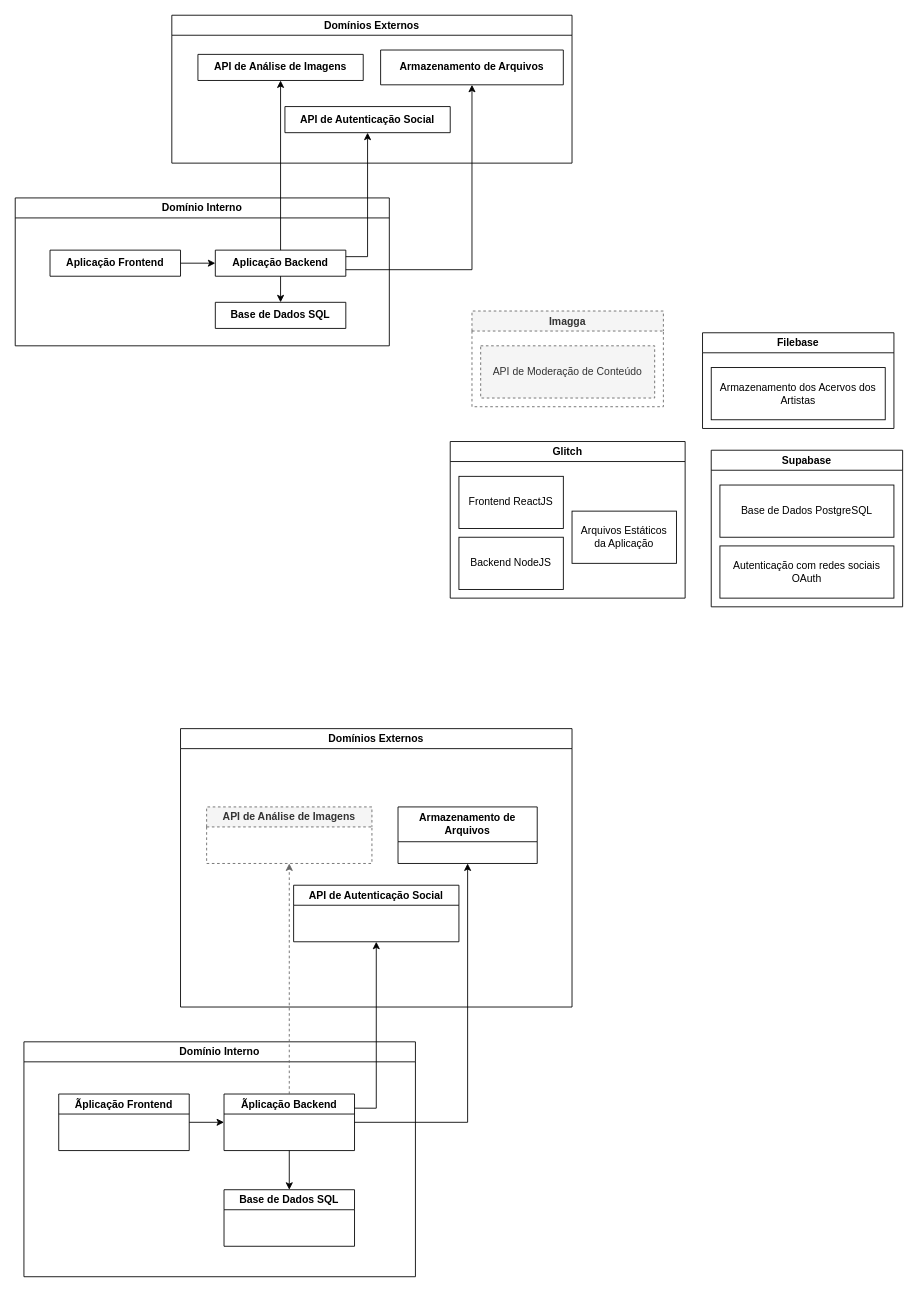
This is page "Dependências de Infraestrutura" (5 of 8) of UnderExpo.drawio from GustavoDeOliveira/underexpo, a draw.io file, before an edit. Source tidied: cells renumbered, new cells numbered last; positions are measured from the earlier drawing's top-left corner, leaving out a move shared by most shapes. Both pictures are drawn from the tidied source at 87%, with x=0, y=0 at pixel (15, 15).
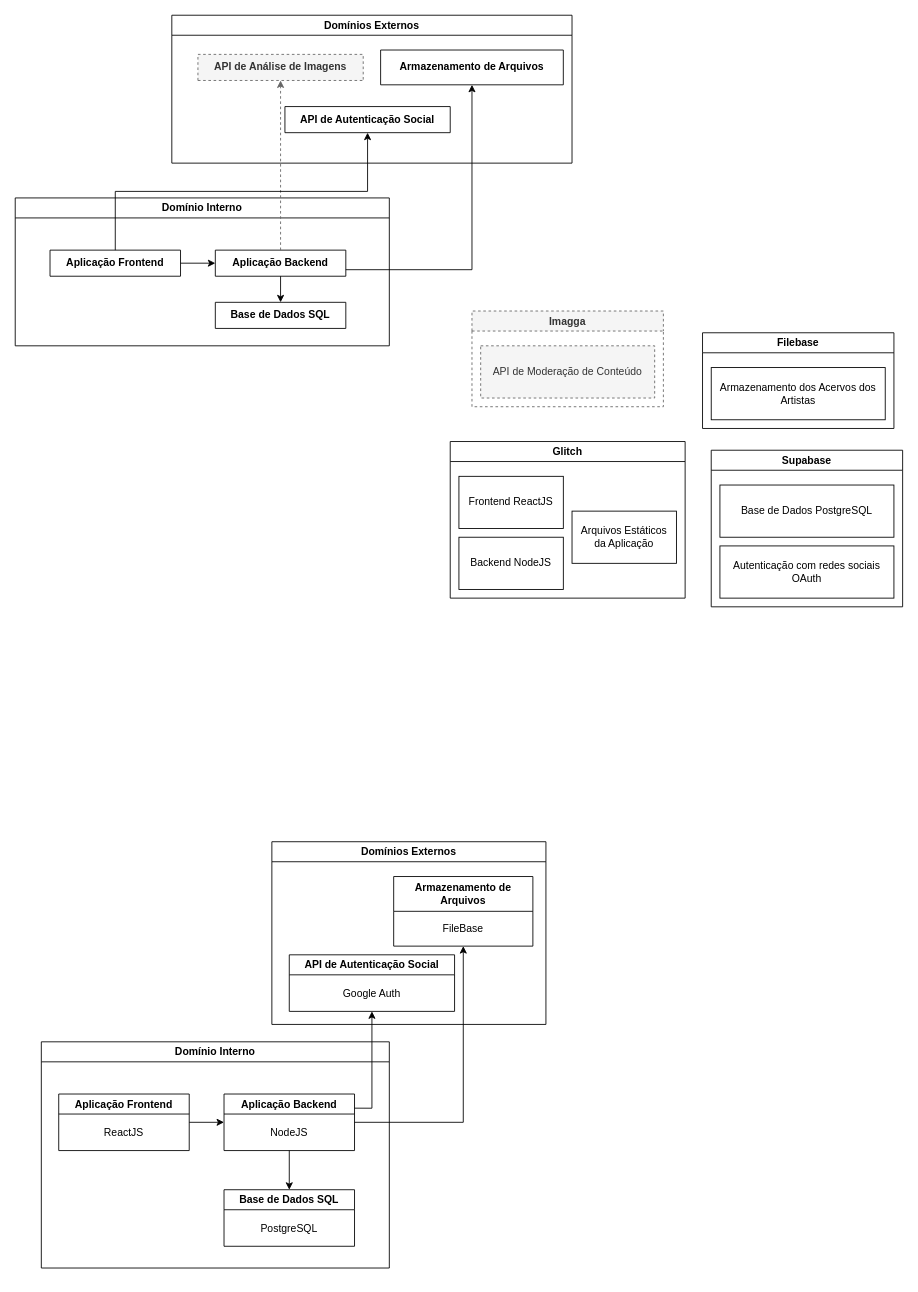
The same page after the edit.

Commit message:
Ajustando diagrama de infraestrutura UnderExpo.drawio

Unchanged cells that the change refers to:
```xml
<mxCell id="3" value="Aplicação Backend" style="swimlane;whiteSpace=wrap;html=1;startSize=30;" parent="2" vertex="1" collapsed="1">
  <mxGeometry x="230" y="60" width="150" height="30" as="geometry" />
</mxCell>
<mxCell id="6" value="Aplicação Frontend" style="swimlane;whiteSpace=wrap;html=1;startSize=30;" parent="2" vertex="1" collapsed="1">
  <mxGeometry x="40" y="60" width="150" height="30" as="geometry" />
</mxCell>
<mxCell id="10" value="Domínios Externos" style="swimlane;whiteSpace=wrap;html=1;" parent="1" vertex="1">
  <mxGeometry x="180" width="460" height="170" as="geometry" />
</mxCell>
<mxCell id="13" value="API de Autenticação Social" style="swimlane;whiteSpace=wrap;html=1;startSize=30;" parent="10" vertex="1" collapsed="1">
  <mxGeometry x="130" y="105" width="190" height="30" as="geometry" />
</mxCell>
```

What changed in the source:
```diff
@@
-    <mxCell id="9" style="edgeStyle=orthogonalEdgeStyle;rounded=0;jettySize=auto;html=1;" parent="1" edge="1" source="3" target="12">
+    <mxCell id="9" style="edgeStyle=orthogonalEdgeStyle;rounded=0;jettySize=auto;html=1;dashed=1;fillColor=#f5f5f5;strokeColor=#666666;" parent="1" edge="1" source="3" target="12">
       <mxGeometry relative="1" as="geometry" />
     </mxCell>
@@
-    <mxCell id="12" value="API de Análise de Imagens" style="swimlane;whiteSpace=wrap;html=1;startSize=30;" parent="10" vertex="1" collapsed="1">
+    <mxCell id="12" value="API de Análise de Imagens" style="swimlane;whiteSpace=wrap;html=1;startSize=30;shadow=0;glass=0;fillStyle=auto;fillColor=#f5f5f5;fontColor=#333333;strokeColor=#666666;dashed=1;" parent="10" vertex="1" collapsed="1">
       <mxGeometry x="30" y="45" width="190" height="30" as="geometry" />
     </mxCell>
@@
-    <mxCell id="14" style="edgeStyle=orthogonalEdgeStyle;rounded=0;jettySize=auto;html=1;exitX=1;exitY=0.25;exitDx=0;exitDy=0;entryX=0.5;entryY=1;entryDx=0;entryDy=0;" parent="1" edge="1" source="3" target="13">
+    <mxCell id="14" style="edgeStyle=orthogonalEdgeStyle;rounded=0;jettySize=auto;html=1;exitX=0.5;exitY=0;exitDx=0;exitDy=0;entryX=0.5;entryY=1;entryDx=0;entryDy=0;" parent="1" edge="1" source="6" target="13">
       <mxGeometry relative="1" as="geometry" />
     </mxCell>
@@
     <mxCell id="26" value="Domínio Interno" style="swimlane;whiteSpace=wrap;html=1;" parent="1" vertex="1">
-      <mxGeometry x="10" y="1180" width="450" height="270" as="geometry" />
+      <mxGeometry x="30" y="1180" width="400" height="260" as="geometry" />
     </mxCell>
-    <mxCell id="27" value="Ãplicação Backend" style="swimlane;whiteSpace=wrap;html=1;" parent="26" vertex="1">
-      <mxGeometry x="230" y="60" width="150" height="65" as="geometry" />
+    <mxCell id="27" value="Aplicação Backend" style="swimlane;whiteSpace=wrap;html=1;" parent="26" vertex="1">
+      <mxGeometry x="210" y="60" width="150" height="65" as="geometry" />
     </mxCell>
+    <mxCell id="39" value="NodeJS" style="text;html=1;whiteSpace=wrap;strokeColor=none;fillColor=none;align=center;verticalAlign=middle;rounded=0;" parent="27" vertex="1">
+      <mxGeometry y="30" width="150" height="30" as="geometry" />
+    </mxCell>
     <mxCell id="28" value="Base de Dados SQL" style="swimlane;whiteSpace=wrap;html=1;" parent="26" vertex="1">
-      <mxGeometry x="230" y="170" width="150" height="65" as="geometry" />
+      <mxGeometry x="210" y="170" width="150" height="65" as="geometry" />
     </mxCell>
+    <mxCell id="40" value="PostgreSQL" style="text;html=1;whiteSpace=wrap;strokeColor=none;fillColor=none;align=center;verticalAlign=middle;rounded=0;" parent="28" vertex="1">
+      <mxGeometry y="30" width="150" height="30" as="geometry" />
+    </mxCell>
@@
-    <mxCell id="30" value="Ãplicação Frontend" style="swimlane;whiteSpace=wrap;html=1;" parent="26" vertex="1">
-      <mxGeometry x="40" y="60" width="150" height="65" as="geometry" />
+    <mxCell id="30" value="Aplicação Frontend" style="swimlane;whiteSpace=wrap;html=1;" parent="26" vertex="1">
+      <mxGeometry x="20" y="60" width="150" height="65" as="geometry" />
     </mxCell>
+    <mxCell id="41" value="ReactJS" style="text;html=1;whiteSpace=wrap;strokeColor=none;fillColor=none;align=center;verticalAlign=middle;rounded=0;" parent="30" vertex="1">
+      <mxGeometry y="30" width="150" height="30" as="geometry" />
+    </mxCell>
@@
-    <mxCell id="33" style="edgeStyle=orthogonalEdgeStyle;rounded=0;jettySize=auto;html=1;dashed=1;fillColor=#f5f5f5;strokeColor=#666666;" parent="1" edge="1" source="27" target="36">
-      <mxGeometry relative="1" as="geometry" />
-    </mxCell>
     <mxCell id="34" value="Domínios Externos" style="swimlane;whiteSpace=wrap;html=1;" parent="1" vertex="1">
-      <mxGeometry x="190" y="820" width="450" height="320" as="geometry" />
+      <mxGeometry x="295" y="950" width="315" height="210" as="geometry" />
     </mxCell>
     <mxCell id="35" value="Armazenamento de Arquivos" style="swimlane;whiteSpace=wrap;html=1;startSize=40;" parent="34" vertex="1">
-      <mxGeometry x="250" y="90" width="160" height="65" as="geometry" />
+      <mxGeometry x="140" y="40" width="160" height="80" as="geometry" />
     </mxCell>
-    <mxCell id="36" value="API de Análise de Imagens" style="swimlane;whiteSpace=wrap;html=1;fillColor=#f5f5f5;fontColor=#333333;strokeColor=#666666;dashed=1;" parent="34" vertex="1">
-      <mxGeometry x="30" y="90" width="190" height="65" as="geometry" />
-    </mxCell>
+    <mxCell id="42" value="FileBase" style="text;html=1;whiteSpace=wrap;strokeColor=none;fillColor=none;align=center;verticalAlign=middle;rounded=0;" parent="35" vertex="1">
+      <mxGeometry y="40" width="160" height="40" as="geometry" />
+    </mxCell>
     <mxCell id="37" value="API de Autenticação Social" style="swimlane;whiteSpace=wrap;html=1;" parent="34" vertex="1">
-      <mxGeometry x="130" y="180" width="190" height="65" as="geometry" />
+      <mxGeometry x="20" y="130" width="190" height="65" as="geometry" />
     </mxCell>
+    <mxCell id="43" value="Google Auth" style="text;html=1;whiteSpace=wrap;strokeColor=none;fillColor=none;align=center;verticalAlign=middle;rounded=0;" parent="37" vertex="1">
+      <mxGeometry y="30" width="190" height="30" as="geometry" />
+    </mxCell>
```
